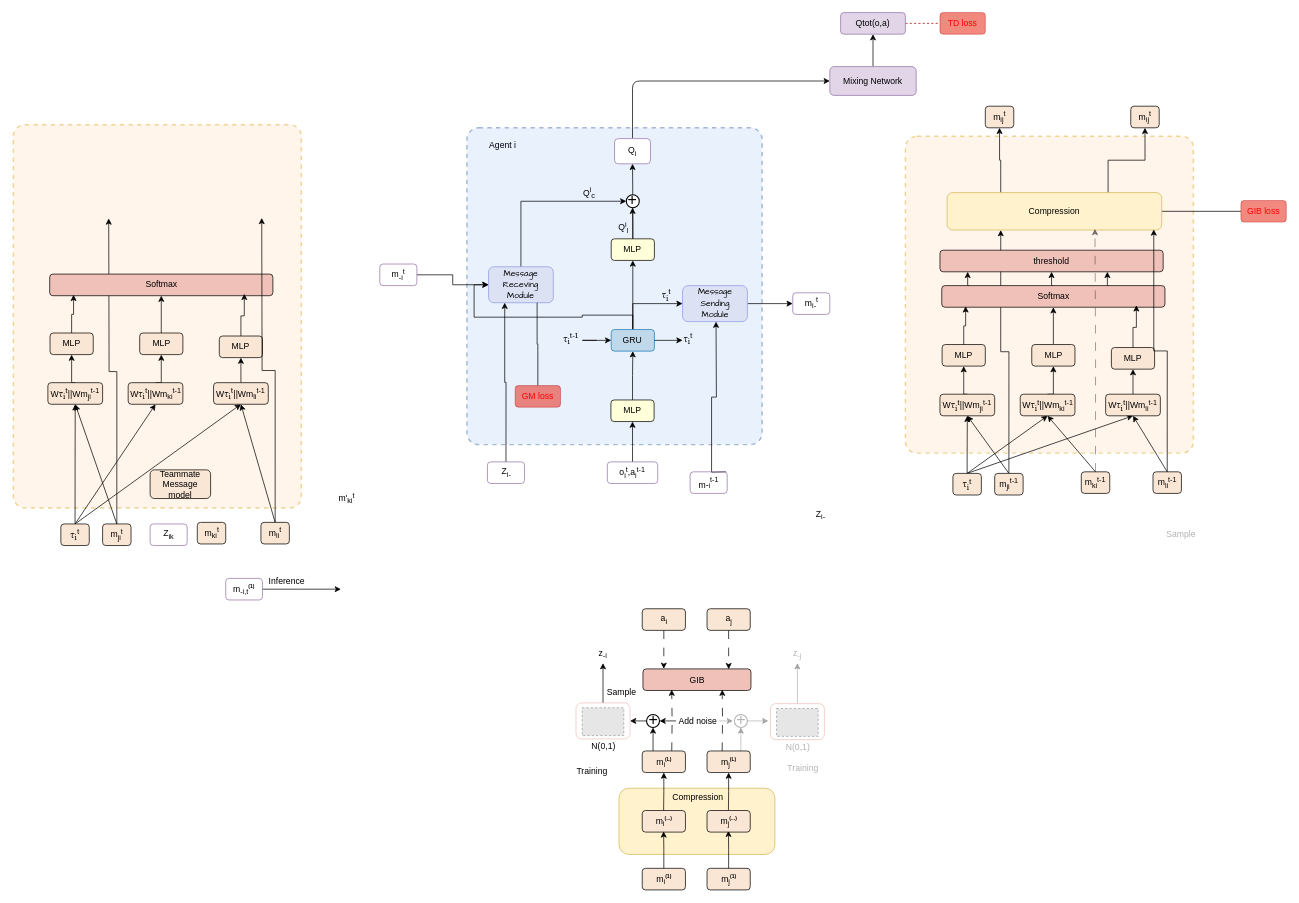
Before: network3.drawio in fan-zine/drawio, a draw.io diagram. Source tidied: cells renumbered, new cells numbered last; positions are measured from the earlier drawing's top-left corner, leaving out a move shared by most shapes. Both pictures are drawn from the tidied source at 72%, with x=0, y=0 at pixel (13, 12). Pictures stored in the file or linked from it are replaced by grey dashed boxes.
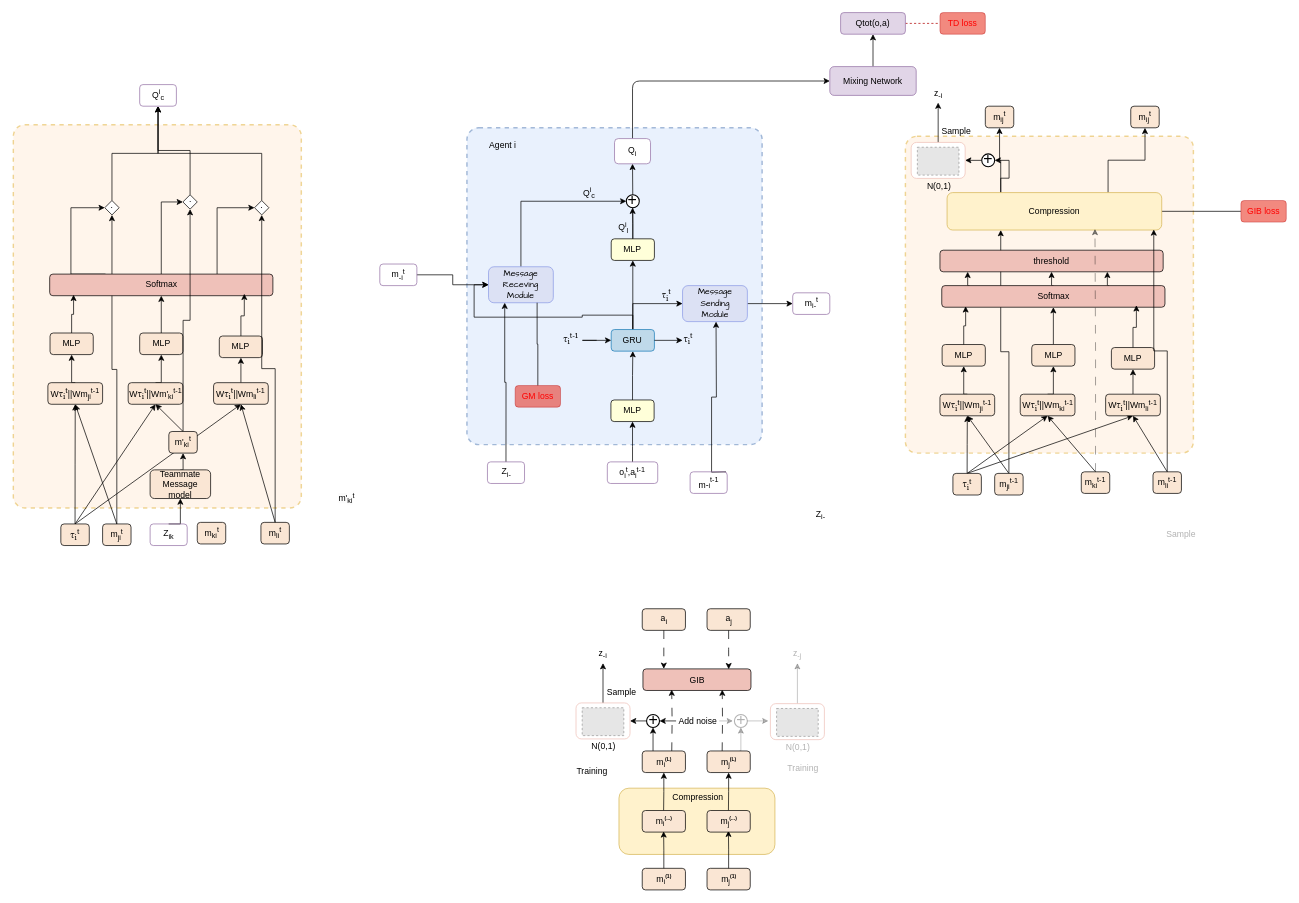
Above is the later version.

Unchanged cells that the change refers to:
```xml
<mxCell id="116" value="Compression" style="rounded=1;whiteSpace=wrap;html=1;fillColor=#fff2cc;strokeColor=#d6b656;" parent="1" vertex="1">
  <mxGeometry x="1296.9" y="250" width="298.1" height="52" as="geometry" />
</mxCell>
<mxCell id="134" value="&lt;font face=&quot;Helvetica&quot;&gt;m&lt;sub style=&quot;&quot;&gt;ji&lt;/sub&gt;&lt;sup style=&quot;&quot;&gt;t&lt;/sup&gt;&lt;/font&gt;" style="rounded=1;whiteSpace=wrap;html=1;fillColor=#fae6d4;" parent="1" vertex="1">
  <mxGeometry x="124" y="710.2" width="39.5" height="30" as="geometry" />
</mxCell>
<mxCell id="137" value="&lt;font face=&quot;Helvetica&quot;&gt;m&lt;sub style=&quot;&quot;&gt;li&lt;/sub&gt;&lt;sup style=&quot;&quot;&gt;t&lt;/sup&gt;&lt;/font&gt;" style="rounded=1;whiteSpace=wrap;html=1;fillColor=#fae6d4;" parent="1" vertex="1">
  <mxGeometry x="343.9" y="708" width="39.5" height="30" as="geometry" />
</mxCell>
<mxCell id="148" value="Softmax" style="rounded=1;whiteSpace=wrap;html=1;fillColor=#efc1b9;" parent="1" vertex="1">
  <mxGeometry x="50.5" y="363.2" width="310" height="30" as="geometry" />
</mxCell>
<mxCell id="152" value="&lt;span style=&quot;font-size: 12px;&quot;&gt;Z&lt;/span&gt;&lt;sub&gt;ik&lt;/sub&gt;" style="text;html=1;align=center;verticalAlign=middle;whiteSpace=wrap;rounded=1;fillColor=none;strokeColor=#9673a6;" parent="1" vertex="1">
  <mxGeometry x="190" y="710.2" width="51.5" height="30" as="geometry" />
</mxCell>
<mxCell id="153" value="Teammate&lt;div&gt;Message model&lt;/div&gt;" style="rounded=1;whiteSpace=wrap;html=1;fillColor=#fae6d4;" parent="1" vertex="1">
  <mxGeometry x="190" y="635.1" width="84" height="39.8" as="geometry" />
</mxCell>
```

Diff of the diagram source:
```diff
@@
-    <mxCell id="25" value="Inference" style="text;html=1;align=center;verticalAlign=middle;whiteSpace=wrap;rounded=0;" parent="1" vertex="1">
-      <mxGeometry x="355" y="780" width="50" height="20" as="geometry" />
-    </mxCell>
@@
-    <mxCell id="30" style="edgeStyle=orthogonalEdgeStyle;rounded=0;jettySize=auto;html=1;exitX=1;exitY=0.5;exitDx=0;exitDy=0;entryX=0;entryY=0.5;entryDx=0;entryDy=0;fontFamily=Helvetica;fontSize=12;fontColor=default;" parent="1" edge="1" source="31">
-      <mxGeometry relative="1" as="geometry">
-        <mxPoint x="455" y="800.8" as="targetPoint" />
-      </mxGeometry>
-    </mxCell>
-    <mxCell id="31" value="m&lt;sub&gt;-i,t&lt;/sub&gt;&lt;sup&gt;&lt;font style=&quot;font-size: 7px;&quot;&gt;&lt;b&gt;(1)&lt;/b&gt;&lt;/font&gt;&lt;/sup&gt;" style="text;html=1;align=center;verticalAlign=middle;whiteSpace=wrap;rounded=1;fillColor=none;strokeColor=#9673a6;" parent="1" vertex="1">
-      <mxGeometry x="295" y="785.8" width="51" height="30" as="geometry" />
-    </mxCell>
@@
+    <mxCell id="155" style="edgeStyle=orthogonalEdgeStyle;rounded=0;jettySize=auto;html=1;exitX=0.25;exitY=0;exitDx=0;exitDy=0;entryX=1;entryY=0.5;entryDx=0;entryDy=0;" parent="1" edge="1" source="116" target="172">
+      <mxGeometry relative="1" as="geometry" />
+    </mxCell>
@@
-    <mxCell id="133" style="edgeStyle=orthogonalEdgeStyle;rounded=0;jettySize=auto;html=1;exitX=0.5;exitY=0;exitDx=0;exitDy=0;entryX=0.25;entryY=1;entryDx=0;entryDy=0;" parent="1" edge="1" source="134">
-      <mxGeometry relative="1" as="geometry">
-        <mxPoint x="132.5" y="286" as="targetPoint" />
-      </mxGeometry>
+    <mxCell id="133" style="edgeStyle=orthogonalEdgeStyle;rounded=0;jettySize=auto;html=1;exitX=0.5;exitY=0;exitDx=0;exitDy=0;entryX=0.5;entryY=1;entryDx=0;entryDy=0;" parent="1" edge="1" source="134" target="165">
+      <mxGeometry relative="1" as="geometry" />
     </mxCell>
@@
-    <mxCell id="141" value="W&lt;span style=&quot;font-family: Georgia;&quot;&gt;τ&lt;/span&gt;&lt;sub style=&quot;font-family: Georgia;&quot;&gt;i&lt;/sub&gt;&lt;sup style=&quot;font-family: Georgia;&quot;&gt;t&lt;/sup&gt;||Wm&lt;sub&gt;k&lt;/sub&gt;&lt;sub style=&quot;background-color: initial;&quot;&gt;i&lt;/sub&gt;&lt;sup style=&quot;background-color: initial;&quot;&gt;t-1&lt;/sup&gt;" style="rounded=1;whiteSpace=wrap;html=1;fillColor=#fae6d4;" parent="1" vertex="1">
+    <mxCell id="141" value="W&lt;span style=&quot;font-family: Georgia;&quot;&gt;τ&lt;/span&gt;&lt;sub style=&quot;font-family: Georgia;&quot;&gt;i&lt;/sub&gt;&lt;sup style=&quot;font-family: Georgia;&quot;&gt;t&lt;/sup&gt;||Wm'&lt;sub&gt;k&lt;/sub&gt;&lt;sub style=&quot;background-color: initial;&quot;&gt;i&lt;/sub&gt;&lt;sup style=&quot;background-color: initial;&quot;&gt;t-1&lt;/sup&gt;" style="rounded=1;whiteSpace=wrap;html=1;fillColor=#fae6d4;" parent="1" vertex="1">
       <mxGeometry x="159.5" y="514" width="76" height="30" as="geometry" />
     </mxCell>
@@
+    <mxCell id="156" style="edgeStyle=orthogonalEdgeStyle;rounded=0;jettySize=auto;html=1;exitX=0.25;exitY=0;exitDx=0;exitDy=0;entryX=0;entryY=0.5;entryDx=0;entryDy=0;" parent="1" edge="1" source="148" target="165">
+      <mxGeometry relative="1" as="geometry">
+        <Array as="points">
+          <mxPoint x="80" y="363" />
+          <mxPoint x="80" y="271" />
+        </Array>
+      </mxGeometry>
+    </mxCell>
+    <mxCell id="157" style="edgeStyle=orthogonalEdgeStyle;rounded=0;jettySize=auto;html=1;exitX=0.5;exitY=0;exitDx=0;exitDy=0;entryX=0;entryY=0.5;entryDx=0;entryDy=0;" parent="1" edge="1" source="148" target="167">
+      <mxGeometry relative="1" as="geometry" />
+    </mxCell>
+    <mxCell id="158" style="edgeStyle=orthogonalEdgeStyle;rounded=0;jettySize=auto;html=1;exitX=0.75;exitY=0;exitDx=0;exitDy=0;entryX=0;entryY=0.5;entryDx=0;entryDy=0;" parent="1" edge="1" source="148" target="169">
+      <mxGeometry relative="1" as="geometry" />
+    </mxCell>
@@
-    <mxCell id="151" style="edgeStyle=orthogonalEdgeStyle;rounded=0;jettySize=auto;html=1;exitX=0.5;exitY=0;exitDx=0;exitDy=0;entryX=0.963;entryY=0.985;entryDx=0;entryDy=0;entryPerimeter=0;" parent="1" edge="1" source="137">
-      <mxGeometry relative="1" as="geometry">
-        <mxPoint x="345" y="285.2" as="targetPoint" />
-      </mxGeometry>
+    <mxCell id="151" style="edgeStyle=orthogonalEdgeStyle;rounded=0;jettySize=auto;html=1;exitX=0.5;exitY=0;exitDx=0;exitDy=0;entryX=0.5;entryY=1;entryDx=0;entryDy=0;" parent="1" edge="1" source="137" target="169">
+      <mxGeometry relative="1" as="geometry" />
     </mxCell>
+    <mxCell id="159" style="edgeStyle=orthogonalEdgeStyle;rounded=0;jettySize=auto;html=1;exitX=0.5;exitY=0;exitDx=0;exitDy=0;entryX=0.5;entryY=1;entryDx=0;entryDy=0;" parent="1" edge="1" source="152" target="153">
+      <mxGeometry relative="1" as="geometry" />
+    </mxCell>
@@
+    <mxCell id="160" style="edgeStyle=orthogonalEdgeStyle;rounded=0;jettySize=auto;html=1;exitX=0.5;exitY=0;exitDx=0;exitDy=0;entryX=0.5;entryY=1;entryDx=0;entryDy=0;" parent="1" edge="1" source="153" target="163">
+      <mxGeometry relative="1" as="geometry" />
+    </mxCell>
@@
+    <mxCell id="161" style="rounded=0;jettySize=auto;html=1;exitX=0.5;exitY=0;exitDx=0;exitDy=0;entryX=0.5;entryY=1;entryDx=0;entryDy=0;" parent="1" edge="1" source="163" target="141">
+      <mxGeometry relative="1" as="geometry" />
+    </mxCell>
+    <mxCell id="162" style="edgeStyle=orthogonalEdgeStyle;rounded=0;jettySize=auto;html=1;exitX=0.5;exitY=0;exitDx=0;exitDy=0;entryX=0.5;entryY=1;entryDx=0;entryDy=0;" parent="1" edge="1" source="163" target="167">
+      <mxGeometry relative="1" as="geometry" />
+    </mxCell>
+    <mxCell id="163" value="&lt;font face=&quot;Helvetica&quot;&gt;m'&lt;sub style=&quot;&quot;&gt;ki&lt;/sub&gt;&lt;sup style=&quot;&quot;&gt;t&lt;/sup&gt;&lt;/font&gt;" style="rounded=1;whiteSpace=wrap;html=1;fillColor=#fae6d4;" parent="1" vertex="1">
+      <mxGeometry x="216" y="581.8" width="39.5" height="30" as="geometry" />
+    </mxCell>
+    <mxCell id="164" style="edgeStyle=orthogonalEdgeStyle;rounded=0;jettySize=auto;html=1;exitX=0.5;exitY=0;exitDx=0;exitDy=0;entryX=0.5;entryY=1;entryDx=0;entryDy=0;" parent="1" edge="1" source="165" target="170">
+      <mxGeometry relative="1" as="geometry" />
+    </mxCell>
+    <mxCell id="165" value="·" style="rhombus;whiteSpace=wrap;html=1;" parent="1" vertex="1">
+      <mxGeometry x="127" y="261" width="20" height="20" as="geometry" />
+    </mxCell>
+    <mxCell id="166" style="edgeStyle=orthogonalEdgeStyle;rounded=0;jettySize=auto;html=1;exitX=0.5;exitY=0;exitDx=0;exitDy=0;entryX=0.5;entryY=1;entryDx=0;entryDy=0;" parent="1" edge="1" source="167" target="170">
+      <mxGeometry relative="1" as="geometry" />
+    </mxCell>
+    <mxCell id="167" value="·" style="rhombus;whiteSpace=wrap;html=1;" parent="1" vertex="1">
+      <mxGeometry x="235.5" y="253" width="20" height="20" as="geometry" />
+    </mxCell>
+    <mxCell id="168" style="edgeStyle=orthogonalEdgeStyle;rounded=0;jettySize=auto;html=1;exitX=0.5;exitY=0;exitDx=0;exitDy=0;entryX=0.5;entryY=1;entryDx=0;entryDy=0;" parent="1" edge="1" source="169" target="170">
+      <mxGeometry relative="1" as="geometry" />
+    </mxCell>
+    <mxCell id="169" value="·" style="rhombus;whiteSpace=wrap;html=1;" parent="1" vertex="1">
+      <mxGeometry x="335" y="261" width="20" height="20" as="geometry" />
+    </mxCell>
+    <mxCell id="170" value="Q&lt;sup&gt;i&lt;/sup&gt;&lt;sub&gt;c&lt;/sub&gt;" style="text;html=1;align=center;verticalAlign=middle;whiteSpace=wrap;rounded=1;fillColor=none;strokeColor=#9673a6;" parent="1" vertex="1">
+      <mxGeometry x="175.5" y="100" width="51" height="30" as="geometry" />
+    </mxCell>
+    <mxCell id="171" style="edgeStyle=orthogonalEdgeStyle;rounded=0;jettySize=auto;html=1;exitX=0;exitY=0.5;exitDx=0;exitDy=0;entryX=1;entryY=0.5;entryDx=0;entryDy=0;fontFamily=Helvetica;fontSize=12;fontColor=default;" parent="1" edge="1" source="172" target="174">
+      <mxGeometry relative="1" as="geometry" />
+    </mxCell>
+    <mxCell id="172" value="&lt;p style=&quot;line-height: 100%;&quot;&gt;&lt;font style=&quot;font-size: 22px;&quot;&gt;+&lt;/font&gt;&lt;/p&gt;" style="ellipse;whiteSpace=wrap;html=1;strokeColor=default;align=center;verticalAlign=middle;fontFamily=Helvetica;fontSize=12;fontColor=default;fillColor=default;strokeWidth=1.5;" parent="1" vertex="1">
+      <mxGeometry x="1345" y="196.2" width="18" height="18" as="geometry" />
+    </mxCell>
+    <mxCell id="173" style="edgeStyle=orthogonalEdgeStyle;rounded=0;jettySize=auto;html=1;exitX=0.5;exitY=0;exitDx=0;exitDy=0;entryX=0.5;entryY=1;entryDx=0;entryDy=0;fontFamily=Helvetica;fontSize=12;fontColor=default;" parent="1" edge="1" source="174" target="176">
+      <mxGeometry relative="1" as="geometry" />
+    </mxCell>
+    <mxCell id="174" style="rounded=1;whiteSpace=wrap;html=1;strokeColor=#efc1b9;align=center;verticalAlign=middle;fontFamily=Helvetica;fontSize=12;fillColor=default;fontColor=#000000;" parent="1" vertex="1">
+      <mxGeometry x="1247" y="180.3" width="75" height="50" as="geometry" />
+    </mxCell>
+    <mxCell id="175" style="fillColor=#E6E6E6;strokeColor=#999999;dashed=1;verticalLabelPosition=bottom;labelBackgroundColor=default;verticalAlign=top;" parent="1" vertex="1">
+      <mxGeometry x="1255.6" y="187" width="57.8" height="38.7" as="geometry" />
+    </mxCell>
+    <mxCell id="176" value="z&lt;sub&gt;-i&lt;/sub&gt;" style="text;html=1;align=center;verticalAlign=middle;whiteSpace=wrap;rounded=0;fontFamily=Helvetica;fontSize=12;fontColor=default;" parent="1" vertex="1">
+      <mxGeometry x="1269.5" y="100" width="30" height="25" as="geometry" />
+    </mxCell>
+    <mxCell id="177" value="Sample" style="text;html=1;align=center;verticalAlign=middle;whiteSpace=wrap;rounded=0;fontFamily=Helvetica;fontSize=12;fontColor=default;" parent="1" vertex="1">
+      <mxGeometry x="1280" y="150.3" width="60" height="30" as="geometry" />
+    </mxCell>
+    <mxCell id="178" value="N(0,1)" style="text;html=1;align=center;verticalAlign=middle;whiteSpace=wrap;rounded=0;fontFamily=Helvetica;fontSize=12;fontColor=default;" parent="1" vertex="1">
+      <mxGeometry x="1255.6" y="225.7" width="60" height="30" as="geometry" />
+    </mxCell>
```
